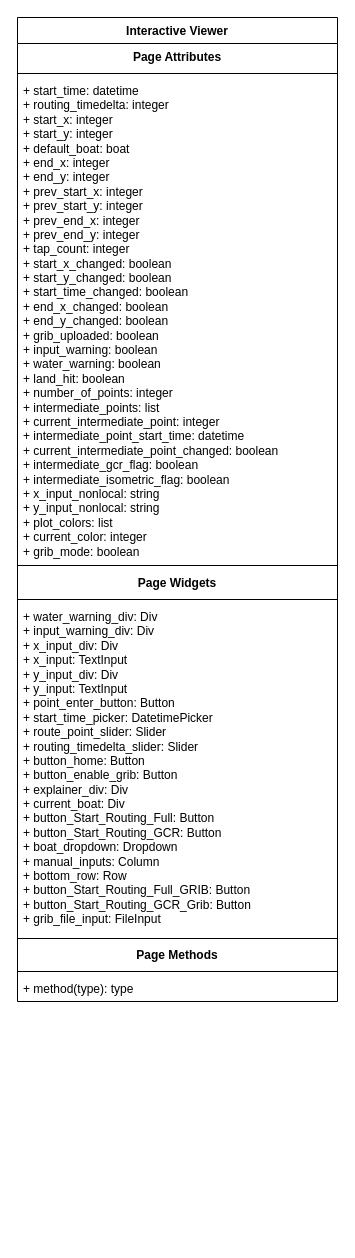
Earlier version of the draw.io diagram Diagrams/Interactive_Viewer_diagram.drawio (vandorena/NEA). Source tidied: cells renumbered, new cells numbered last; positions are measured from the earlier drawing's top-left corner, leaving out a move shared by most shapes. Both pictures are drawn from the tidied source at 100%, with x=0, y=0 at pixel (17, 17).
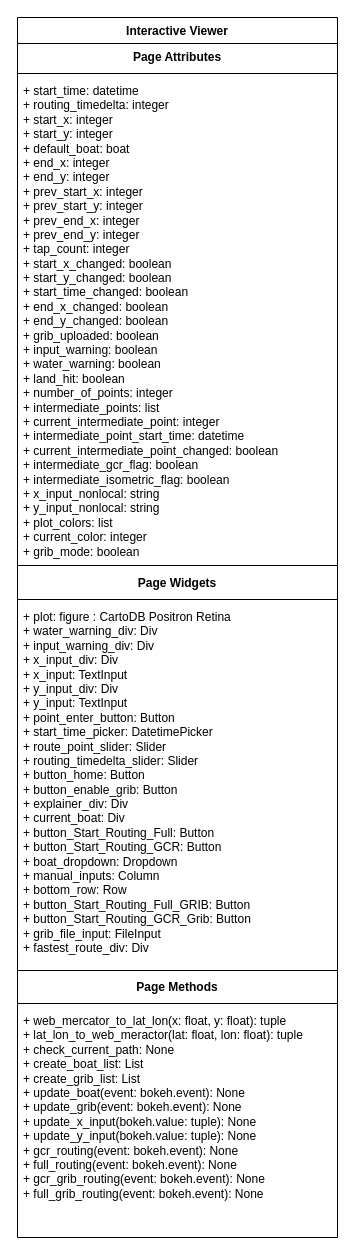
The same page after the edit.

The edit, as a diff of the source:
```diff
@@
 <mxGraphModel>
   <root>
     <mxCell id="0" />
     <mxCell id="1" parent="0" />
     <mxCell id="2" value="Interactive Viewer" style="swimlane;fontStyle=1;align=center;verticalAlign=top;horizontal=1;startSize=26;whiteSpace=wrap;html=1;" parent="1" vertex="1">
-      <mxGeometry width="320" height="984" as="geometry" />
+      <mxGeometry width="320" height="1220" as="geometry" />
     </mxCell>
     <mxCell id="3" value="&lt;span style=&quot;font-weight: 700;&quot;&gt;Page Attributes&lt;/span&gt;" style="text;strokeColor=none;fillColor=none;align=center;verticalAlign=top;spacingLeft=4;spacingRight=4;overflow=hidden;whiteSpace=wrap;html=1;" parent="2" vertex="1">
       <mxGeometry y="26" width="320" height="26" as="geometry" />
     </mxCell>
     <mxCell id="4" style="line;strokeWidth=1;fillColor=none;align=left;verticalAlign=middle;spacingTop=-1;spacingLeft=3;spacingRight=3;labelPosition=right;strokeColor=inherit;" parent="2" vertex="1">
       <mxGeometry y="52" width="320" height="8" as="geometry" />
     </mxCell>
     <mxCell id="5" value="+ start_time: datetime&lt;div&gt;+ routing_timedelta: integer&lt;/div&gt;&lt;div&gt;+ start_x: integer&lt;/div&gt;&lt;div&gt;+ start_y: integer&lt;/div&gt;&lt;div&gt;+ default_boat: boat&lt;/div&gt;&lt;div&gt;+ end_x: integer&lt;/div&gt;&lt;div&gt;+ end_y: integer&lt;/div&gt;&lt;div&gt;+ prev_start_x: integer&lt;/div&gt;&lt;div&gt;+ prev_start_y: integer&lt;/div&gt;&lt;div&gt;+ prev_end_x: integer&lt;/div&gt;&lt;div&gt;+ prev_end_y: integer&lt;/div&gt;&lt;div&gt;+ tap_count: integer&lt;/div&gt;&lt;div&gt;+ start_x_changed: boolean&lt;/div&gt;&lt;div&gt;+ start_y_changed: boolean&lt;/div&gt;&lt;div&gt;+ start_time_changed: boolean&lt;/div&gt;&lt;div&gt;+ end_x_changed: boolean&lt;/div&gt;&lt;div&gt;+ end_y_changed: boolean&lt;/div&gt;&lt;div&gt;+ grib_uploaded: boolean&lt;/div&gt;&lt;div&gt;+ input_warning: boolean&lt;/div&gt;&lt;div&gt;+ water_warning: boolean&lt;/div&gt;&lt;div&gt;+ land_hit: boolean&lt;/div&gt;&lt;div&gt;+ number_of_points: integer&lt;/div&gt;&lt;div&gt;+ intermediate_points: list&lt;/div&gt;&lt;div&gt;+ current_intermediate_point: integer&lt;/div&gt;&lt;div&gt;+ intermediate_point_start_time: datetime&lt;/div&gt;&lt;div&gt;+ current_intermediate_point_changed: boolean&lt;/div&gt;&lt;div&gt;+ intermediate_gcr_flag: boolean&lt;/div&gt;&lt;div&gt;+ intermediate_isometric_flag: boolean&lt;/div&gt;&lt;div&gt;+ x_input_nonlocal: string&lt;/div&gt;&lt;div&gt;+ y_input_nonlocal: string&lt;/div&gt;&lt;div&gt;+ plot_colors: list&lt;/div&gt;&lt;div&gt;+ current_color: integer&lt;/div&gt;&lt;div&gt;+ grib_mode: boolean&lt;/div&gt;&lt;div&gt;&lt;br&gt;&lt;/div&gt;&lt;div&gt;&lt;br&gt;&lt;/div&gt;&lt;div&gt;&lt;br&gt;&lt;/div&gt;&lt;div&gt;&lt;br&gt;&lt;/div&gt;" style="text;strokeColor=none;fillColor=none;align=left;verticalAlign=top;spacingLeft=4;spacingRight=4;overflow=hidden;whiteSpace=wrap;html=1;" parent="2" vertex="1">
       <mxGeometry y="60" width="320" height="484" as="geometry" />
     </mxCell>
     <mxCell id="6" style="line;strokeWidth=1;fillColor=none;align=left;verticalAlign=middle;spacingTop=-1;spacingLeft=3;spacingRight=3;labelPosition=right;strokeColor=inherit;" parent="2" vertex="1">
       <mxGeometry y="544" width="320" height="8" as="geometry" />
     </mxCell>
     <mxCell id="7" value="&lt;span style=&quot;font-weight: 700;&quot;&gt;Page Widgets&lt;/span&gt;" style="text;strokeColor=none;fillColor=none;align=center;verticalAlign=top;spacingLeft=4;spacingRight=4;overflow=hidden;whiteSpace=wrap;html=1;" parent="2" vertex="1">
       <mxGeometry y="552" width="320" height="26" as="geometry" />
     </mxCell>
     <mxCell id="8" style="line;strokeWidth=1;fillColor=none;align=left;verticalAlign=middle;spacingTop=-1;spacingLeft=3;spacingRight=3;labelPosition=right;strokeColor=inherit;" parent="2" vertex="1">
       <mxGeometry y="578" width="320" height="8" as="geometry" />
     </mxCell>
-    <mxCell id="9" value="+ water_warning_div: Div&lt;div&gt;+ input_warning_div: Div&lt;/div&gt;&lt;div&gt;+ x_input_div: Div&lt;/div&gt;&lt;div&gt;+ x_input: TextInput&lt;/div&gt;&lt;div&gt;+ y_input_div: Div&lt;/div&gt;&lt;div&gt;+ y_input: TextInput&lt;/div&gt;&lt;div&gt;+ point_enter_button: Button&lt;/div&gt;&lt;div&gt;+ start_time_picker: DatetimePicker&lt;/div&gt;&lt;div&gt;+ route_point_slider: Slider&lt;/div&gt;&lt;div&gt;+ routing_timedelta_slider: Slider&lt;/div&gt;&lt;div&gt;+ button_home: Button&lt;/div&gt;&lt;div&gt;+ button_enable_grib: Button&lt;/div&gt;&lt;div&gt;+ explainer_div: Div&lt;/div&gt;&lt;div&gt;+ current_boat: Div&lt;/div&gt;&lt;div&gt;+ button_Start_Routing_Full: Button&lt;/div&gt;&lt;div&gt;+ button_Start_Routing_GCR: Button&lt;/div&gt;&lt;div&gt;+ boat_dropdown: Dropdown&lt;/div&gt;&lt;div&gt;+ manual_inputs: Column&lt;/div&gt;&lt;div&gt;+ bottom_row: Row&lt;/div&gt;&lt;div&gt;+ button_Start_Routing_Full_GRIB: Button&lt;/div&gt;&lt;div&gt;+ button_Start_Routing_GCR_Grib: Button&lt;/div&gt;&lt;div&gt;+ grib_file_input: FileInput&lt;/div&gt;" style="text;strokeColor=none;fillColor=none;align=left;verticalAlign=top;spacingLeft=4;spacingRight=4;overflow=hidden;whiteSpace=wrap;html=1;" parent="2" vertex="1">
-      <mxGeometry y="586" width="320" height="332" as="geometry" />
+    <mxCell id="9" value="+ plot: figure : CartoDB Positron Retina&lt;div&gt;+ water_warning_div: Div&lt;div&gt;+ input_warning_div: Div&lt;/div&gt;&lt;div&gt;+ x_input_div: Div&lt;/div&gt;&lt;div&gt;+ x_input: TextInput&lt;/div&gt;&lt;div&gt;+ y_input_div: Div&lt;/div&gt;&lt;div&gt;+ y_input: TextInput&lt;/div&gt;&lt;div&gt;+ point_enter_button: Button&lt;/div&gt;&lt;div&gt;+ start_time_picker: DatetimePicker&lt;/div&gt;&lt;div&gt;+ route_point_slider: Slider&lt;/div&gt;&lt;div&gt;+ routing_timedelta_slider: Slider&lt;/div&gt;&lt;div&gt;+ button_home: Button&lt;/div&gt;&lt;div&gt;+ button_enable_grib: Button&lt;/div&gt;&lt;div&gt;+ explainer_div: Div&lt;/div&gt;&lt;div&gt;+ current_boat: Div&lt;/div&gt;&lt;div&gt;+ button_Start_Routing_Full: Button&lt;/div&gt;&lt;div&gt;+ button_Start_Routing_GCR: Button&lt;/div&gt;&lt;div&gt;+ boat_dropdown: Dropdown&lt;/div&gt;&lt;div&gt;+ manual_inputs: Column&lt;/div&gt;&lt;div&gt;+ bottom_row: Row&lt;/div&gt;&lt;div&gt;+ button_Start_Routing_Full_GRIB: Button&lt;/div&gt;&lt;div&gt;+ button_Start_Routing_GCR_Grib: Button&lt;/div&gt;&lt;div&gt;+ grib_file_input: FileInput&lt;/div&gt;&lt;div&gt;+ fastest_route_div: Div&lt;/div&gt;&lt;/div&gt;" style="text;strokeColor=none;fillColor=none;align=left;verticalAlign=top;spacingLeft=4;spacingRight=4;overflow=hidden;whiteSpace=wrap;html=1;" parent="2" vertex="1">
+      <mxGeometry y="586" width="320" height="364" as="geometry" />
     </mxCell>
     <mxCell id="10" style="line;strokeWidth=1;fillColor=none;align=left;verticalAlign=middle;spacingTop=-1;spacingLeft=3;spacingRight=3;labelPosition=right;strokeColor=inherit;" parent="2" vertex="1">
-      <mxGeometry y="918" width="320" height="6" as="geometry" />
+      <mxGeometry y="950" width="320" height="6" as="geometry" />
     </mxCell>
     <mxCell id="11" value="&lt;span style=&quot;font-weight: 700;&quot;&gt;Page Methods&lt;/span&gt;" style="text;strokeColor=none;fillColor=none;align=center;verticalAlign=top;spacingLeft=4;spacingRight=4;overflow=hidden;whiteSpace=wrap;html=1;" parent="2" vertex="1">
-      <mxGeometry y="924" width="320" height="26" as="geometry" />
+      <mxGeometry y="956" width="320" height="26" as="geometry" />
     </mxCell>
     <mxCell id="12" style="line;strokeWidth=1;fillColor=none;align=left;verticalAlign=middle;spacingTop=-1;spacingLeft=3;spacingRight=3;labelPosition=right;strokeColor=inherit;" parent="2" vertex="1">
-      <mxGeometry y="950" width="320" height="8" as="geometry" />
+      <mxGeometry y="982" width="320" height="8" as="geometry" />
     </mxCell>
-    <mxCell id="13" value="+ method(type): type" style="text;strokeColor=none;fillColor=none;align=left;verticalAlign=top;spacingLeft=4;spacingRight=4;overflow=hidden;whiteSpace=wrap;html=1;" parent="2" vertex="1">
-      <mxGeometry y="958" width="320" height="26" as="geometry" />
+    <mxCell id="13" value="+ web_mercator_to_lat_lon(x: float, y: float): tuple&lt;div&gt;+ lat_lon_to_web_meractor(lat: float, lon: float): tuple&lt;/div&gt;&lt;div&gt;+ check_current_path: None&lt;/div&gt;&lt;div&gt;+ create_boat_list: List&lt;/div&gt;&lt;div&gt;+ create_grib_list: List&lt;/div&gt;&lt;div&gt;+ update_boat(event: bokeh.event): None&lt;/div&gt;&lt;div&gt;+ update_grib(event: bokeh.event): None&lt;/div&gt;&lt;div&gt;+ update_x_input(bokeh.value: tuple): None&lt;/div&gt;&lt;div&gt;+ update_y_input(bokeh.value: tuple): None&lt;/div&gt;&lt;div&gt;+ gcr_routing(event: bokeh.event): None&lt;/div&gt;&lt;div&gt;+ full_routing(event: bokeh.event): None&lt;/div&gt;&lt;div&gt;+ gcr_grib_routing(event: bokeh.event): None&lt;/div&gt;&lt;div&gt;+ full_grib_routing(event: bokeh.event): None&lt;/div&gt;&lt;div&gt;&lt;br&gt;&lt;/div&gt;&lt;div&gt;&lt;br&gt;&lt;/div&gt;" style="text;strokeColor=none;fillColor=none;align=left;verticalAlign=top;spacingLeft=4;spacingRight=4;overflow=hidden;whiteSpace=wrap;html=1;" parent="2" vertex="1">
+      <mxGeometry y="990" width="320" height="230" as="geometry" />
     </mxCell>
   </root>
 </mxGraphModel>
```
